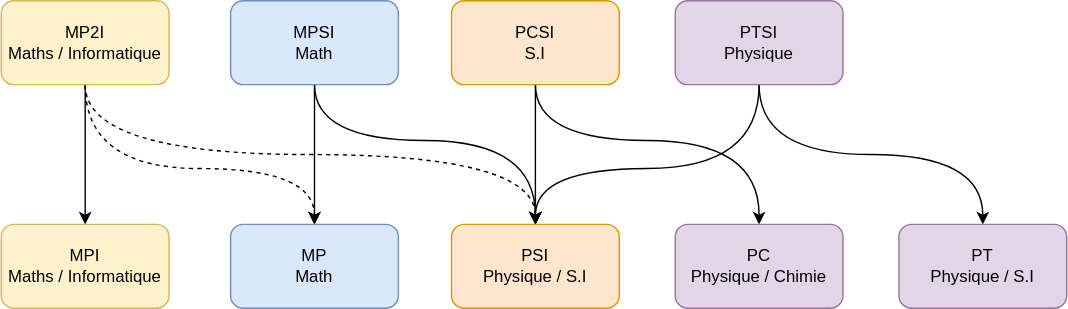
Above: images/deuxieme_annee.svg in ThomasR199/prepas-mp2i.github.io (draw.io), before the change. Source tidied: cells renumbered, new cells last; positions are measured from the earlier drawing's top-left corner, leaving out a move shared by most shapes. The source it was exported from:
```xml
<mxGraphModel>
  <root>
    <mxCell id="0" />
    <mxCell id="1" parent="0" />
    <mxCell id="2" style="edgeStyle=orthogonalEdgeStyle;rounded=0;jettySize=auto;html=1;exitX=0.5;exitY=1;exitDx=0;exitDy=0;entryX=0.5;entryY=0;entryDx=0;entryDy=0;" parent="1" edge="1" source="5" target="15">
      <mxGeometry relative="1" as="geometry" />
    </mxCell>
    <mxCell id="3" style="edgeStyle=orthogonalEdgeStyle;rounded=0;jettySize=auto;html=1;exitX=0.5;exitY=1;exitDx=0;exitDy=0;entryX=0.5;entryY=0;entryDx=0;entryDy=0;curved=1;dashed=1;" parent="1" edge="1" source="5" target="16">
      <mxGeometry relative="1" as="geometry">
        <Array as="points">
          <mxPoint x="60" y="120" />
          <mxPoint x="224" y="120" />
        </Array>
      </mxGeometry>
    </mxCell>
    <mxCell id="4" style="edgeStyle=orthogonalEdgeStyle;curved=1;rounded=0;jettySize=auto;html=1;exitX=0.5;exitY=1;exitDx=0;exitDy=0;entryX=0.5;entryY=0;entryDx=0;entryDy=0;dashed=1;" parent="1" edge="1" source="5" target="17">
      <mxGeometry relative="1" as="geometry">
        <Array as="points">
          <mxPoint x="60" y="110" />
          <mxPoint x="382" y="110" />
        </Array>
      </mxGeometry>
    </mxCell>
    <mxCell id="5" value="MP2I&lt;br&gt;Maths / Informatique" style="rounded=1;whiteSpace=wrap;html=1;fillColor=#fff2cc;strokeColor=#d6b656;" parent="1" vertex="1">
      <mxGeometry width="120" height="60" as="geometry" />
    </mxCell>
    <mxCell id="6" style="edgeStyle=orthogonalEdgeStyle;curved=1;rounded=0;jettySize=auto;html=1;exitX=0.5;exitY=1;exitDx=0;exitDy=0;entryX=0.5;entryY=0;entryDx=0;entryDy=0;" parent="1" edge="1" source="8" target="16">
      <mxGeometry relative="1" as="geometry" />
    </mxCell>
    <mxCell id="7" style="edgeStyle=orthogonalEdgeStyle;curved=1;rounded=0;jettySize=auto;html=1;exitX=0.5;exitY=1;exitDx=0;exitDy=0;entryX=0.5;entryY=0;entryDx=0;entryDy=0;" parent="1" edge="1" source="8" target="17">
      <mxGeometry relative="1" as="geometry">
        <Array as="points">
          <mxPoint x="224" y="100" />
          <mxPoint x="382" y="100" />
        </Array>
      </mxGeometry>
    </mxCell>
    <mxCell id="8" value="MPSI&lt;br&gt;Math" style="rounded=1;whiteSpace=wrap;html=1;fillColor=#dae8fc;strokeColor=#6c8ebf;" parent="1" vertex="1">
      <mxGeometry x="164" width="120" height="60" as="geometry" />
    </mxCell>
    <mxCell id="9" style="edgeStyle=orthogonalEdgeStyle;curved=1;rounded=0;jettySize=auto;html=1;exitX=0.5;exitY=1;exitDx=0;exitDy=0;entryX=0.5;entryY=0;entryDx=0;entryDy=0;" parent="1" edge="1" source="11" target="17">
      <mxGeometry relative="1" as="geometry" />
    </mxCell>
    <mxCell id="10" style="edgeStyle=orthogonalEdgeStyle;curved=1;rounded=0;jettySize=auto;html=1;exitX=0.5;exitY=1;exitDx=0;exitDy=0;entryX=0.5;entryY=0;entryDx=0;entryDy=0;" parent="1" edge="1" source="11" target="18">
      <mxGeometry relative="1" as="geometry">
        <Array as="points">
          <mxPoint x="382" y="100" />
          <mxPoint x="542" y="100" />
        </Array>
      </mxGeometry>
    </mxCell>
    <mxCell id="11" value="PCSI&lt;br&gt;S.I" style="rounded=1;whiteSpace=wrap;html=1;fillColor=#ffe6cc;strokeColor=#d79b00;" parent="1" vertex="1">
      <mxGeometry x="322" width="120" height="60" as="geometry" />
    </mxCell>
    <mxCell id="12" style="edgeStyle=orthogonalEdgeStyle;curved=1;rounded=0;jettySize=auto;html=1;exitX=0.5;exitY=1;exitDx=0;exitDy=0;" parent="1" edge="1" source="14" target="19">
      <mxGeometry relative="1" as="geometry" />
    </mxCell>
    <mxCell id="13" style="edgeStyle=orthogonalEdgeStyle;curved=1;rounded=0;jettySize=auto;html=1;exitX=0.5;exitY=1;exitDx=0;exitDy=0;entryX=0.5;entryY=0;entryDx=0;entryDy=0;" parent="1" edge="1" source="14" target="17">
      <mxGeometry relative="1" as="geometry">
        <Array as="points">
          <mxPoint x="542" y="120" />
          <mxPoint x="382" y="120" />
        </Array>
      </mxGeometry>
    </mxCell>
    <mxCell id="14" value="PTSI&lt;br&gt;Physique" style="rounded=1;whiteSpace=wrap;html=1;fillColor=#e1d5e7;strokeColor=#9673a6;" parent="1" vertex="1">
      <mxGeometry x="482" width="120" height="60" as="geometry" />
    </mxCell>
    <mxCell id="15" value="MPI&lt;br&gt;Maths / Informatique" style="rounded=1;whiteSpace=wrap;html=1;fillColor=#fff2cc;strokeColor=#d6b656;" parent="1" vertex="1">
      <mxGeometry y="160" width="120" height="60" as="geometry" />
    </mxCell>
    <mxCell id="16" value="MP&lt;br&gt;Math" style="rounded=1;whiteSpace=wrap;html=1;fillColor=#dae8fc;strokeColor=#6c8ebf;" parent="1" vertex="1">
      <mxGeometry x="164" y="160" width="120" height="60" as="geometry" />
    </mxCell>
    <mxCell id="17" value="PSI&lt;br&gt;Physique / S.I" style="rounded=1;whiteSpace=wrap;html=1;fillColor=#ffe6cc;strokeColor=#d79b00;" parent="1" vertex="1">
      <mxGeometry x="322" y="160" width="120" height="60" as="geometry" />
    </mxCell>
    <mxCell id="18" value="PC&lt;br&gt;Physique / Chimie" style="rounded=1;whiteSpace=wrap;html=1;fillColor=#e1d5e7;strokeColor=#9673a6;" parent="1" vertex="1">
      <mxGeometry x="482" y="160" width="120" height="60" as="geometry" />
    </mxCell>
    <mxCell id="19" value="PT&lt;br&gt;Physique / S.I" style="rounded=1;whiteSpace=wrap;html=1;fillColor=#e1d5e7;strokeColor=#9673a6;" parent="1" vertex="1">
      <mxGeometry x="642" y="160" width="120" height="60" as="geometry" />
    </mxCell>
  </root>
</mxGraphModel>
```
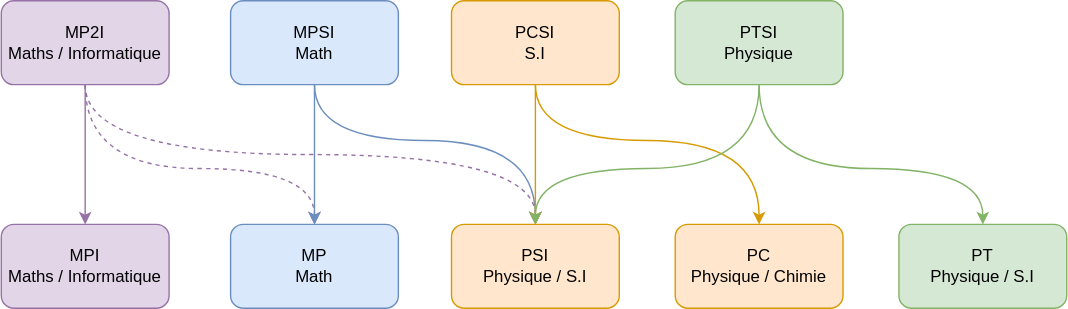
The same file after the commit.

Diff of the diagram source:
```diff
@@ -2,10 +2,10 @@
   <root>
     <mxCell id="0" />
     <mxCell id="1" parent="0" />
-    <mxCell id="2" style="edgeStyle=orthogonalEdgeStyle;rounded=0;jettySize=auto;html=1;exitX=0.5;exitY=1;exitDx=0;exitDy=0;entryX=0.5;entryY=0;entryDx=0;entryDy=0;" parent="1" edge="1" source="5" target="15">
+    <mxCell id="2" style="edgeStyle=orthogonalEdgeStyle;rounded=0;jettySize=auto;html=1;exitX=0.5;exitY=1;exitDx=0;exitDy=0;entryX=0.5;entryY=0;entryDx=0;entryDy=0;fillColor=#e1d5e7;strokeColor=#9673a6;" parent="1" edge="1" source="5" target="15">
       <mxGeometry relative="1" as="geometry" />
     </mxCell>
-    <mxCell id="3" style="edgeStyle=orthogonalEdgeStyle;rounded=0;jettySize=auto;html=1;exitX=0.5;exitY=1;exitDx=0;exitDy=0;entryX=0.5;entryY=0;entryDx=0;entryDy=0;curved=1;dashed=1;" parent="1" edge="1" source="5" target="16">
+    <mxCell id="3" style="edgeStyle=orthogonalEdgeStyle;rounded=0;jettySize=auto;html=1;exitX=0.5;exitY=1;exitDx=0;exitDy=0;entryX=0.5;entryY=0;entryDx=0;entryDy=0;curved=1;dashed=1;fillColor=#e1d5e7;strokeColor=#9673a6;" parent="1" edge="1" source="5" target="16">
       <mxGeometry relative="1" as="geometry">
         <Array as="points">
           <mxPoint x="60" y="120" />
@@ -13,7 +13,7 @@
         </Array>
       </mxGeometry>
     </mxCell>
-    <mxCell id="4" style="edgeStyle=orthogonalEdgeStyle;curved=1;rounded=0;jettySize=auto;html=1;exitX=0.5;exitY=1;exitDx=0;exitDy=0;entryX=0.5;entryY=0;entryDx=0;entryDy=0;dashed=1;" parent="1" edge="1" source="5" target="17">
+    <mxCell id="4" style="edgeStyle=orthogonalEdgeStyle;curved=1;rounded=0;jettySize=auto;html=1;exitX=0.5;exitY=1;exitDx=0;exitDy=0;entryX=0.5;entryY=0;entryDx=0;entryDy=0;dashed=1;fillColor=#e1d5e7;strokeColor=#9673a6;" parent="1" edge="1" source="5" target="17">
       <mxGeometry relative="1" as="geometry">
         <Array as="points">
           <mxPoint x="60" y="110" />
@@ -21,13 +21,13 @@
         </Array>
       </mxGeometry>
     </mxCell>
-    <mxCell id="5" value="MP2I&lt;br&gt;Maths / Informatique" style="rounded=1;whiteSpace=wrap;html=1;fillColor=#fff2cc;strokeColor=#d6b656;" parent="1" vertex="1">
+    <mxCell id="5" value="MP2I&lt;br&gt;Maths / Informatique" style="rounded=1;whiteSpace=wrap;html=1;fillColor=#e1d5e7;strokeColor=#9673a6;" parent="1" vertex="1">
       <mxGeometry width="120" height="60" as="geometry" />
     </mxCell>
-    <mxCell id="6" style="edgeStyle=orthogonalEdgeStyle;curved=1;rounded=0;jettySize=auto;html=1;exitX=0.5;exitY=1;exitDx=0;exitDy=0;entryX=0.5;entryY=0;entryDx=0;entryDy=0;" parent="1" edge="1" source="8" target="16">
+    <mxCell id="6" style="edgeStyle=orthogonalEdgeStyle;curved=1;rounded=0;jettySize=auto;html=1;exitX=0.5;exitY=1;exitDx=0;exitDy=0;entryX=0.5;entryY=0;entryDx=0;entryDy=0;fillColor=#dae8fc;strokeColor=#6c8ebf;" parent="1" edge="1" source="8" target="16">
       <mxGeometry relative="1" as="geometry" />
     </mxCell>
-    <mxCell id="7" style="edgeStyle=orthogonalEdgeStyle;curved=1;rounded=0;jettySize=auto;html=1;exitX=0.5;exitY=1;exitDx=0;exitDy=0;entryX=0.5;entryY=0;entryDx=0;entryDy=0;" parent="1" edge="1" source="8" target="17">
+    <mxCell id="7" style="edgeStyle=orthogonalEdgeStyle;curved=1;rounded=0;jettySize=auto;html=1;exitX=0.5;exitY=1;exitDx=0;exitDy=0;entryX=0.5;entryY=0;entryDx=0;entryDy=0;fillColor=#dae8fc;strokeColor=#6c8ebf;" parent="1" edge="1" source="8" target="17">
       <mxGeometry relative="1" as="geometry">
         <Array as="points">
           <mxPoint x="224" y="100" />
@@ -38,10 +38,10 @@
     <mxCell id="8" value="MPSI&lt;br&gt;Math" style="rounded=1;whiteSpace=wrap;html=1;fillColor=#dae8fc;strokeColor=#6c8ebf;" parent="1" vertex="1">
       <mxGeometry x="164" width="120" height="60" as="geometry" />
     </mxCell>
-    <mxCell id="9" style="edgeStyle=orthogonalEdgeStyle;curved=1;rounded=0;jettySize=auto;html=1;exitX=0.5;exitY=1;exitDx=0;exitDy=0;entryX=0.5;entryY=0;entryDx=0;entryDy=0;" parent="1" edge="1" source="11" target="17">
+    <mxCell id="9" style="edgeStyle=orthogonalEdgeStyle;curved=1;rounded=0;jettySize=auto;html=1;exitX=0.5;exitY=1;exitDx=0;exitDy=0;entryX=0.5;entryY=0;entryDx=0;entryDy=0;fillColor=#ffe6cc;strokeColor=#d79b00;" parent="1" edge="1" source="11" target="17">
       <mxGeometry relative="1" as="geometry" />
     </mxCell>
-    <mxCell id="10" style="edgeStyle=orthogonalEdgeStyle;curved=1;rounded=0;jettySize=auto;html=1;exitX=0.5;exitY=1;exitDx=0;exitDy=0;entryX=0.5;entryY=0;entryDx=0;entryDy=0;" parent="1" edge="1" source="11" target="18">
+    <mxCell id="10" style="edgeStyle=orthogonalEdgeStyle;curved=1;rounded=0;jettySize=auto;html=1;exitX=0.5;exitY=1;exitDx=0;exitDy=0;entryX=0.5;entryY=0;entryDx=0;entryDy=0;fillColor=#ffe6cc;strokeColor=#d79b00;" parent="1" edge="1" source="11" target="18">
       <mxGeometry relative="1" as="geometry">
         <Array as="points">
           <mxPoint x="382" y="100" />
@@ -52,10 +52,15 @@
     <mxCell id="11" value="PCSI&lt;br&gt;S.I" style="rounded=1;whiteSpace=wrap;html=1;fillColor=#ffe6cc;strokeColor=#d79b00;" parent="1" vertex="1">
       <mxGeometry x="322" width="120" height="60" as="geometry" />
     </mxCell>
-    <mxCell id="12" style="edgeStyle=orthogonalEdgeStyle;curved=1;rounded=0;jettySize=auto;html=1;exitX=0.5;exitY=1;exitDx=0;exitDy=0;" parent="1" edge="1" source="14" target="19">
-      <mxGeometry relative="1" as="geometry" />
+    <mxCell id="12" style="edgeStyle=orthogonalEdgeStyle;curved=1;rounded=0;jettySize=auto;html=1;exitX=0.5;exitY=1;exitDx=0;exitDy=0;fillColor=#d5e8d4;strokeColor=#82b366;" parent="1" edge="1" source="14" target="19">
+      <mxGeometry relative="1" as="geometry">
+        <Array as="points">
+          <mxPoint x="542" y="120" />
+          <mxPoint x="702" y="120" />
+        </Array>
+      </mxGeometry>
     </mxCell>
-    <mxCell id="13" style="edgeStyle=orthogonalEdgeStyle;curved=1;rounded=0;jettySize=auto;html=1;exitX=0.5;exitY=1;exitDx=0;exitDy=0;entryX=0.5;entryY=0;entryDx=0;entryDy=0;" parent="1" edge="1" source="14" target="17">
+    <mxCell id="13" style="edgeStyle=orthogonalEdgeStyle;curved=1;rounded=0;jettySize=auto;html=1;exitX=0.5;exitY=1;exitDx=0;exitDy=0;entryX=0.5;entryY=0;entryDx=0;entryDy=0;fillColor=#d5e8d4;strokeColor=#82b366;" parent="1" edge="1" source="14" target="17">
       <mxGeometry relative="1" as="geometry">
         <Array as="points">
           <mxPoint x="542" y="120" />
@@ -63,10 +68,10 @@
         </Array>
       </mxGeometry>
     </mxCell>
-    <mxCell id="14" value="PTSI&lt;br&gt;Physique" style="rounded=1;whiteSpace=wrap;html=1;fillColor=#e1d5e7;strokeColor=#9673a6;" parent="1" vertex="1">
+    <mxCell id="14" value="PTSI&lt;br&gt;Physique" style="rounded=1;whiteSpace=wrap;html=1;fillColor=#d5e8d4;strokeColor=#82b366;" parent="1" vertex="1">
       <mxGeometry x="482" width="120" height="60" as="geometry" />
     </mxCell>
-    <mxCell id="15" value="MPI&lt;br&gt;Maths / Informatique" style="rounded=1;whiteSpace=wrap;html=1;fillColor=#fff2cc;strokeColor=#d6b656;" parent="1" vertex="1">
+    <mxCell id="15" value="MPI&lt;br&gt;Maths / Informatique" style="rounded=1;whiteSpace=wrap;html=1;fillColor=#e1d5e7;strokeColor=#9673a6;" parent="1" vertex="1">
       <mxGeometry y="160" width="120" height="60" as="geometry" />
     </mxCell>
     <mxCell id="16" value="MP&lt;br&gt;Math" style="rounded=1;whiteSpace=wrap;html=1;fillColor=#dae8fc;strokeColor=#6c8ebf;" parent="1" vertex="1">
@@ -75,10 +80,10 @@
     <mxCell id="17" value="PSI&lt;br&gt;Physique / S.I" style="rounded=1;whiteSpace=wrap;html=1;fillColor=#ffe6cc;strokeColor=#d79b00;" parent="1" vertex="1">
       <mxGeometry x="322" y="160" width="120" height="60" as="geometry" />
     </mxCell>
-    <mxCell id="18" value="PC&lt;br&gt;Physique / Chimie" style="rounded=1;whiteSpace=wrap;html=1;fillColor=#e1d5e7;strokeColor=#9673a6;" parent="1" vertex="1">
+    <mxCell id="18" value="PC&lt;br&gt;Physique / Chimie" style="rounded=1;whiteSpace=wrap;html=1;fillColor=#ffe6cc;strokeColor=#d79b00;" parent="1" vertex="1">
       <mxGeometry x="482" y="160" width="120" height="60" as="geometry" />
     </mxCell>
-    <mxCell id="19" value="PT&lt;br&gt;Physique / S.I" style="rounded=1;whiteSpace=wrap;html=1;fillColor=#e1d5e7;strokeColor=#9673a6;" parent="1" vertex="1">
+    <mxCell id="19" value="PT&lt;br&gt;Physique / S.I" style="rounded=1;whiteSpace=wrap;html=1;fillColor=#d5e8d4;strokeColor=#82b366;" parent="1" vertex="1">
       <mxGeometry x="642" y="160" width="120" height="60" as="geometry" />
     </mxCell>
   </root>
```
